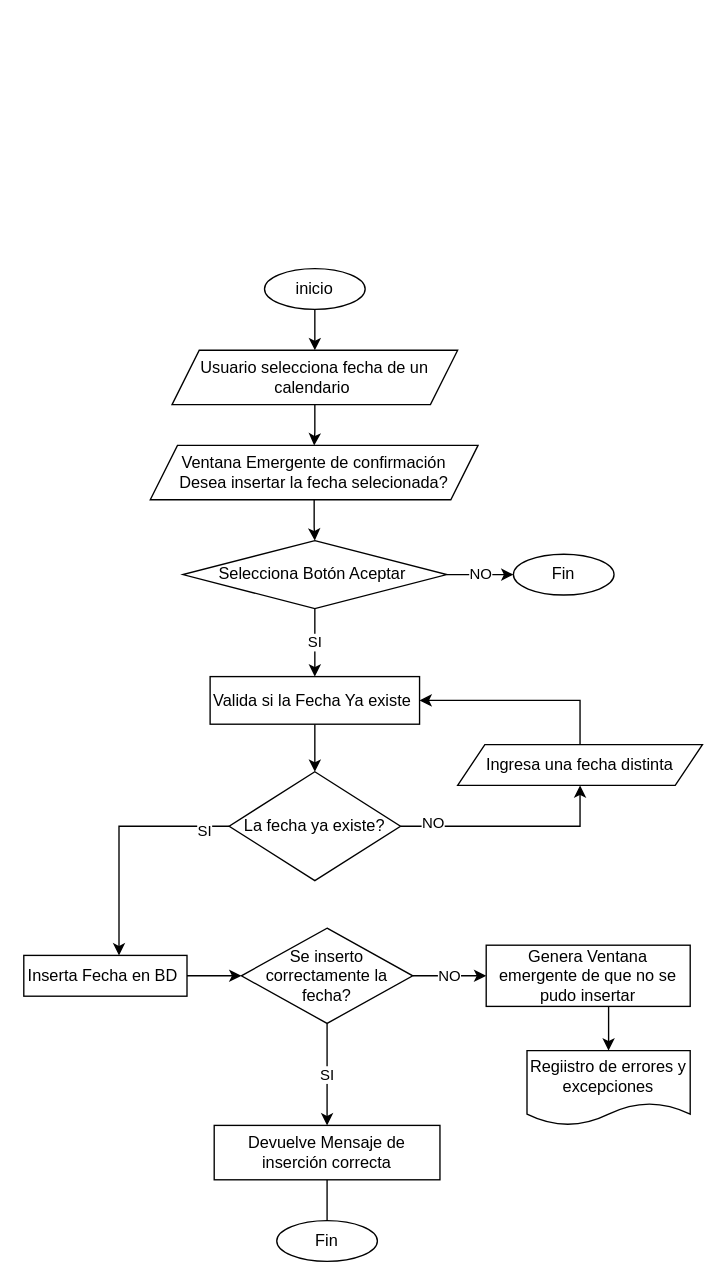
freddier/hyperblog keeps this draw.io diagram as imagenes/Untitled Diagram.drawio. Above is the earlier version. Source tidied: cells renumbered, new cells numbered last; positions are measured from the earlier drawing's top-left corner, leaving out a move shared by most shapes. Both pictures are drawn from the tidied source at 136%, with x=0, y=0 at pixel (23, 268).
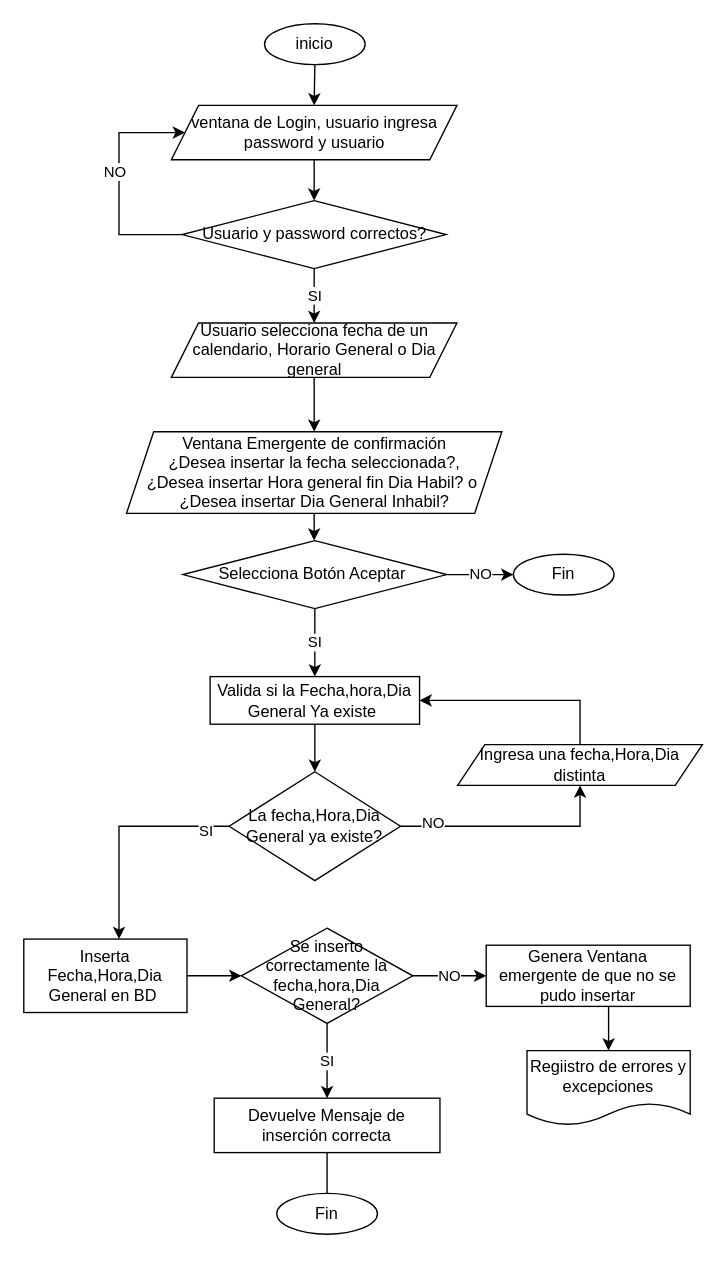
Above is the later version.

What changed in the source:
```diff
@@
-    <mxCell id="2" style="edgeStyle=orthogonalEdgeStyle;rounded=0;jettySize=auto;html=1;" parent="1" edge="1" source="3" target="7">
-      <mxGeometry relative="1" as="geometry" />
-    </mxCell>
+    <mxCell id="32" style="edgeStyle=orthogonalEdgeStyle;rounded=0;jettySize=auto;html=1;exitX=0.5;exitY=1;exitDx=0;exitDy=0;entryX=0.5;entryY=0;entryDx=0;entryDy=0;" parent="1" edge="1" source="3" target="34">
+      <mxGeometry relative="1" as="geometry" />
+    </mxCell>
     <mxCell id="3" value="inicio" style="ellipse;whiteSpace=wrap;html=1;" parent="1" vertex="1">
-      <mxGeometry x="177" width="74" height="30" as="geometry" />
+      <mxGeometry x="177" y="-180" width="74" height="30" as="geometry" />
     </mxCell>
@@
-    <mxCell id="5" value="Valida si la Fecha Ya existe&amp;nbsp;" style="whiteSpace=wrap;html=1;" parent="1" vertex="1">
+    <mxCell id="5" value="Valida si la Fecha,hora,Dia General Ya existe&amp;nbsp;" style="whiteSpace=wrap;html=1;" parent="1" vertex="1">
       <mxGeometry x="137" y="300" width="154" height="35" as="geometry" />
     </mxCell>
@@
-    <mxCell id="7" value="Usuario selecciona fecha de un calendario&amp;nbsp;" style="shape=parallelogram;perimeter=parallelogramPerimeter;whiteSpace=wrap;html=1;fixedSize=1;" parent="1" vertex="1">
-      <mxGeometry x="109" y="60" width="210" height="40" as="geometry" />
+    <mxCell id="7" value="Usuario selecciona fecha de un calendario, Horario General o Dia general" style="shape=parallelogram;perimeter=parallelogramPerimeter;whiteSpace=wrap;html=1;fixedSize=1;" parent="1" vertex="1">
+      <mxGeometry x="108.5" y="40" width="210" height="40" as="geometry" />
     </mxCell>
@@
-    <mxCell id="12" value="La fecha ya existe?" style="rhombus;whiteSpace=wrap;html=1;" parent="1" vertex="1">
+    <mxCell id="12" value="La fecha,Hora,Dia General ya existe?" style="rhombus;whiteSpace=wrap;html=1;" parent="1" vertex="1">
       <mxGeometry x="151" y="370" width="126" height="80" as="geometry" />
     </mxCell>
@@
-    <mxCell id="14" value="Inserta Fecha en BD&amp;nbsp;" style="whiteSpace=wrap;html=1;" parent="1" vertex="1">
-      <mxGeometry y="505" width="120" height="30" as="geometry" />
+    <mxCell id="14" value="Inserta Fecha,Hora,Dia General en BD&amp;nbsp;" style="whiteSpace=wrap;html=1;" parent="1" vertex="1">
+      <mxGeometry y="493" width="120" height="54" as="geometry" />
     </mxCell>
@@
-    <mxCell id="16" value="Ingresa una fecha distinta" style="shape=parallelogram;perimeter=parallelogramPerimeter;whiteSpace=wrap;html=1;fixedSize=1;" parent="1" vertex="1">
+    <mxCell id="16" value="Ingresa una fecha,Hora,Dia distinta" style="shape=parallelogram;perimeter=parallelogramPerimeter;whiteSpace=wrap;html=1;fixedSize=1;" parent="1" vertex="1">
       <mxGeometry x="319" y="350" width="180" height="30" as="geometry" />
     </mxCell>
@@
     <mxCell id="18" value="Devuelve Mensaje de inserción correcta" style="whiteSpace=wrap;html=1;" parent="1" vertex="1">
-      <mxGeometry x="140" y="630" width="166" height="40" as="geometry" />
+      <mxGeometry x="140" y="610" width="166" height="40" as="geometry" />
     </mxCell>
@@
-    <mxCell id="21" value="Se inserto correctamente la fecha?" style="rhombus;whiteSpace=wrap;html=1;" parent="1" vertex="1">
+    <mxCell id="21" value="Se inserto correctamente la fecha,hora,Dia General?" style="rhombus;whiteSpace=wrap;html=1;" parent="1" vertex="1">
       <mxGeometry x="160" y="485" width="126" height="70" as="geometry" />
     </mxCell>
@@
-    <mxCell id="25" value="Fin" style="ellipse;whiteSpace=wrap;html=1;" parent="1" vertex="1">
-      <mxGeometry x="186" y="700" width="74" height="30" as="geometry" />
-    </mxCell>
@@
-    <mxCell id="27" value="Ventana Emergente de confirmación&lt;br&gt;Desea insertar la fecha selecionada?" style="shape=parallelogram;perimeter=parallelogramPerimeter;whiteSpace=wrap;html=1;fixedSize=1;" parent="1" vertex="1">
-      <mxGeometry x="93" y="130" width="241" height="40" as="geometry" />
+    <mxCell id="27" value="Ventana Emergente de confirmación&lt;br&gt;¿Desea insertar la fecha seleccionada?,&lt;br&gt;¿Desea insertar Hora general fin Dia Habil? o&amp;nbsp;&lt;br&gt;¿Desea insertar Dia General Inhabil?" style="shape=parallelogram;perimeter=parallelogramPerimeter;whiteSpace=wrap;html=1;fixedSize=1;" parent="1" vertex="1">
+      <mxGeometry x="75.5" y="120" width="276" height="60" as="geometry" />
     </mxCell>
@@
+    <mxCell id="33" style="edgeStyle=orthogonalEdgeStyle;rounded=0;jettySize=auto;html=1;exitX=0.5;exitY=1;exitDx=0;exitDy=0;entryX=0.5;entryY=0;entryDx=0;entryDy=0;" parent="1" edge="1" source="34" target="38">
+      <mxGeometry relative="1" as="geometry" />
+    </mxCell>
+    <mxCell id="34" value="ventana de Login, usuario ingresa password y usuario" style="shape=parallelogram;perimeter=parallelogramPerimeter;whiteSpace=wrap;html=1;fixedSize=1;" parent="1" vertex="1">
+      <mxGeometry x="108.5" y="-120" width="210" height="40" as="geometry" />
+    </mxCell>
+    <mxCell id="35" style="edgeStyle=orthogonalEdgeStyle;rounded=0;jettySize=auto;html=1;exitX=0;exitY=0.5;exitDx=0;exitDy=0;entryX=0;entryY=0.5;entryDx=0;entryDy=0;" parent="1" edge="1" source="38" target="34">
+      <mxGeometry relative="1" as="geometry">
+        <Array as="points">
+          <mxPoint x="70" y="-25" />
+          <mxPoint x="70" y="-100" />
+        </Array>
+      </mxGeometry>
+    </mxCell>
+    <mxCell id="36" value="NO" style="edgeLabel;html=1;align=center;verticalAlign=middle;" parent="35" vertex="1">
+      <mxGeometry x="0.11" y="4" relative="1" as="geometry">
+        <mxPoint y="1" as="offset" />
+      </mxGeometry>
+    </mxCell>
+    <mxCell id="37" value="SI" style="edgeStyle=orthogonalEdgeStyle;rounded=0;jettySize=auto;html=1;exitX=0.5;exitY=1;exitDx=0;exitDy=0;" parent="1" edge="1" source="38" target="7">
+      <mxGeometry relative="1" as="geometry" />
+    </mxCell>
+    <mxCell id="38" value="Usuario y password correctos?" style="rhombus;whiteSpace=wrap;html=1;" parent="1" vertex="1">
+      <mxGeometry x="116.5" y="-50" width="194" height="50" as="geometry" />
+    </mxCell>
+    <mxCell id="25" value="Fin" style="ellipse;whiteSpace=wrap;html=1;" parent="1" vertex="1">
+      <mxGeometry x="186" y="680" width="74" height="30" as="geometry" />
+    </mxCell>
```
